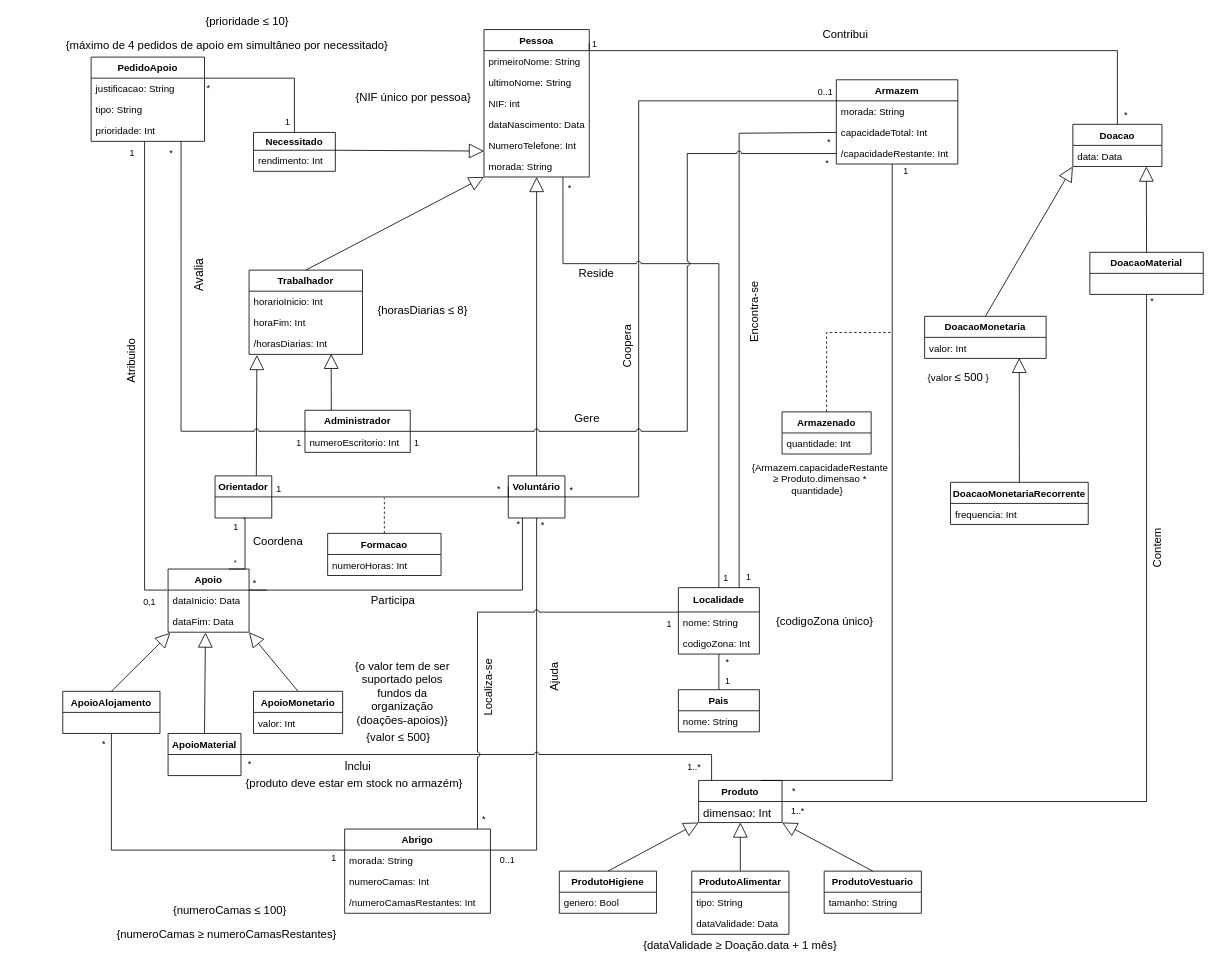
This is Delivery_I/diagram.drawio from francisco-rente/FEUP-BDAD, a draw.io file, before an edit. Source tidied: cells renumbered, new cells numbered last; positions are measured from the earlier drawing's top-left corner, leaving out a move shared by most shapes. Both pictures are drawn from the tidied source at 81%, with x=0, y=0 at pixel (56, 15).
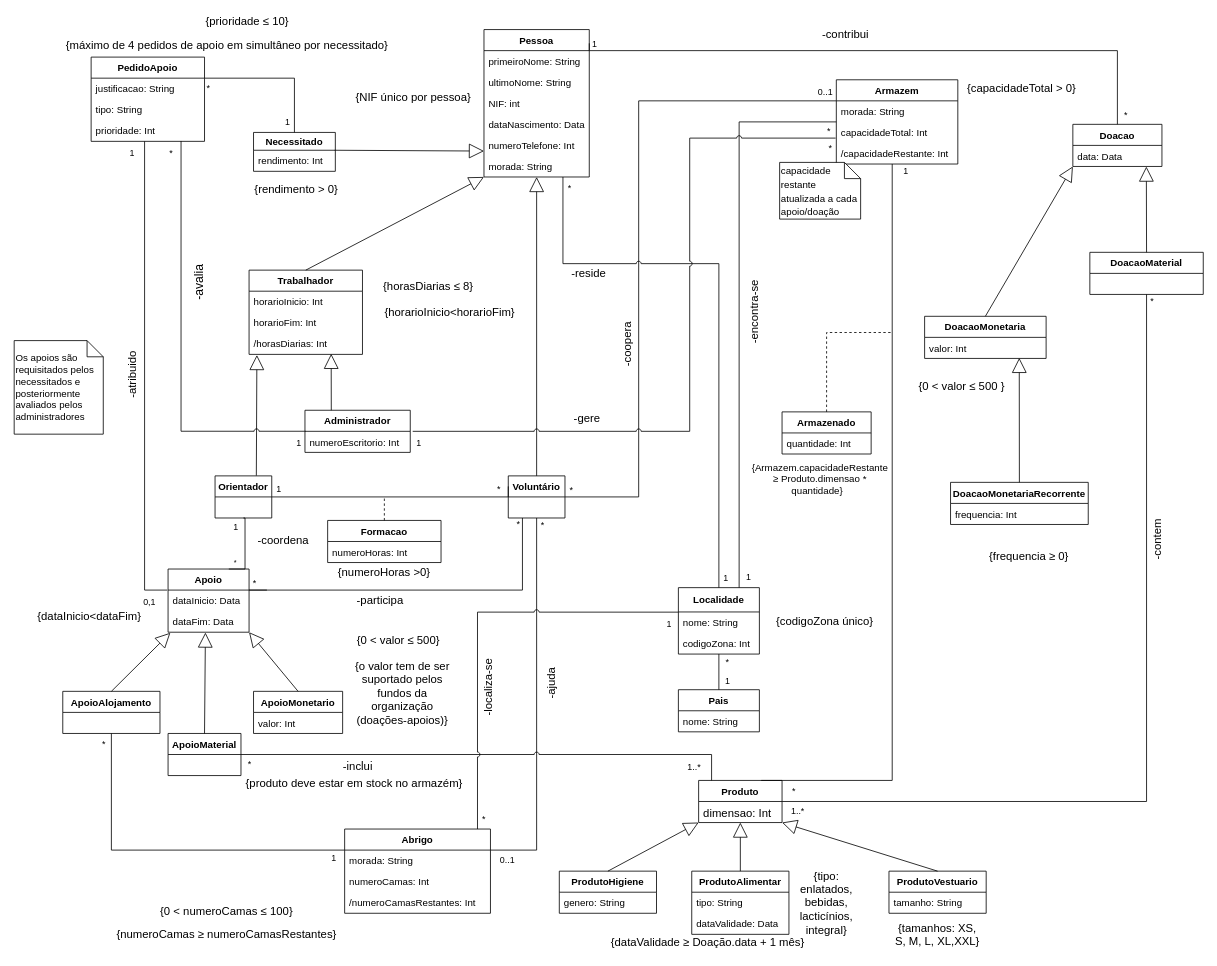
After the change.

The change refers to these unchanged cells:
```xml
<mxCell id="2" value="Pessoa" style="swimlane;fontStyle=1;horizontal=1;startSize=26;fillColor=none;" parent="1" vertex="1">
  <mxGeometry x="528" y="17" width="130" height="182" as="geometry" />
</mxCell>
<mxCell id="9" value="Trabalhador" style="swimlane;fontStyle=1;horizontal=1;startSize=26;fillColor=none;" parent="1" vertex="1">
  <mxGeometry x="238" y="314" width="140" height="104" as="geometry" />
</mxCell>
<mxCell id="15" value="Armazem" style="swimlane;fontStyle=1;horizontal=1;startSize=26;fillColor=none;" parent="1" vertex="1">
  <mxGeometry x="963" y="79" width="150" height="104" as="geometry" />
</mxCell>
<mxCell id="17" value="capacidadeTotal: Int " style="text;strokeColor=none;fillColor=none;align=left;verticalAlign=top;spacingLeft=4;spacingRight=4;overflow=hidden;points=[[0,0.5],[1,0.5]];portConstraint=eastwest;" parent="15" vertex="1">
  <mxGeometry y="52" width="150" height="26" as="geometry" />
</mxCell>
<mxCell id="18" value="/capacidadeRestante: Int" style="text;strokeColor=none;fillColor=none;align=left;verticalAlign=top;spacingLeft=4;spacingRight=4;overflow=hidden;points=[[0,0.5],[1,0.5]];portConstraint=eastwest;" parent="15" vertex="1">
  <mxGeometry y="78" width="150" height="26" as="geometry" />
</mxCell>
<mxCell id="36" value="ProdutoHigiene" style="swimlane;fontStyle=1;horizontal=1;startSize=26;fillColor=none;" parent="1" vertex="1">
  <mxGeometry x="621" y="1056" width="120" height="52" as="geometry" />
</mxCell>
<mxCell id="40" value="Administrador" style="swimlane;fontStyle=1;horizontal=1;startSize=26;fillColor=none;" parent="1" vertex="1">
  <mxGeometry x="307" y="487" width="130" height="52" as="geometry" />
</mxCell>
<mxCell id="51" value="Localidade" style="swimlane;fontStyle=1;horizontal=1;startSize=30;fillColor=none;" parent="1" vertex="1">
  <mxGeometry x="768" y="706" width="100" height="82" as="geometry" />
</mxCell>
```

Change to the diagram source:
```diff
@@
-    <mxCell id="7" value="NumeroTelefone: Int" style="text;strokeColor=none;fillColor=none;align=left;verticalAlign=top;spacingLeft=4;spacingRight=4;overflow=hidden;" parent="2" vertex="1">
+    <mxCell id="7" value="numeroTelefone: Int" style="text;strokeColor=none;fillColor=none;align=left;verticalAlign=top;spacingLeft=4;spacingRight=4;overflow=hidden;" parent="2" vertex="1">
       <mxGeometry y="130" width="130" height="26" as="geometry" />
     </mxCell>
@@
-    <mxCell id="11" value="horaFim: Int" style="text;strokeColor=none;fillColor=none;align=left;verticalAlign=top;spacingLeft=4;spacingRight=4;overflow=hidden;" parent="9" vertex="1">
+    <mxCell id="11" value="horarioFim: Int" style="text;strokeColor=none;fillColor=none;align=left;verticalAlign=top;spacingLeft=4;spacingRight=4;overflow=hidden;" parent="9" vertex="1">
       <mxGeometry y="52" width="140" height="26" as="geometry" />
     </mxCell>
@@
     <mxCell id="34" value="ProdutoVestuario" style="swimlane;fontStyle=1;horizontal=1;startSize=26;fillColor=none;" parent="1" vertex="1">
-      <mxGeometry x="948" y="1056" width="120" height="52" as="geometry" />
+      <mxGeometry x="1028" y="1056" width="120" height="52" as="geometry" />
     </mxCell>
@@
-    <mxCell id="37" value="genero: Bool" style="text;strokeColor=none;fillColor=none;align=left;verticalAlign=top;spacingLeft=4;spacingRight=4;overflow=hidden;" parent="36" vertex="1">
+    <mxCell id="37" value="genero: String" style="text;strokeColor=none;fillColor=none;align=left;verticalAlign=top;spacingLeft=4;spacingRight=4;overflow=hidden;" parent="36" vertex="1">
       <mxGeometry y="26" width="120" height="26" as="geometry" />
     </mxCell>
@@
     <mxCell id="98" value="&lt;font style=&quot;font-size: 14px&quot;&gt;{dataValidade ≥ Doação.data + 1 mês}&lt;/font&gt;" style="text;html=1;strokeColor=none;fillColor=none;align=center;verticalAlign=middle;whiteSpace=wrap;rounded=0;" parent="1" vertex="1">
-      <mxGeometry x="698" y="1137" width="293" height="20" as="geometry" />
+      <mxGeometry x="658" y="1134" width="293" height="20" as="geometry" />
     </mxCell>
     <mxCell id="99" value="&lt;font style=&quot;font-size: 14px&quot;&gt;{horasDiarias ≤ 8}&lt;/font&gt;" style="text;html=1;strokeColor=none;fillColor=none;align=center;verticalAlign=middle;whiteSpace=wrap;rounded=0;" parent="1" vertex="1">
-      <mxGeometry x="382.5" y="354" width="138.5" height="20" as="geometry" />
+      <mxGeometry x="389.5" y="324" width="138.5" height="20" as="geometry" />
     </mxCell>
@@
-    <mxCell id="101" value="&lt;font style=&quot;font-size: 14px&quot;&gt;{numeroCamas ≤ 100}&lt;/font&gt;" style="text;html=1;strokeColor=none;fillColor=none;align=center;verticalAlign=middle;whiteSpace=wrap;rounded=1;" parent="1" vertex="1">
-      <mxGeometry x="124" y="1096" width="181" height="18" as="geometry" />
+    <mxCell id="101" value="&lt;font style=&quot;font-size: 14px&quot;&gt;{0 &amp;lt; numeroCamas ≤ 100}&lt;/font&gt;" style="text;html=1;strokeColor=none;fillColor=none;align=center;verticalAlign=middle;whiteSpace=wrap;rounded=1;" parent="1" vertex="1">
+      <mxGeometry x="120" y="1097" width="181" height="18" as="geometry" />
     </mxCell>
-    <mxCell id="102" value="{valor &lt;font style=&quot;font-size: 14px&quot;&gt;&lt;span class=&quot;box&quot;&gt;≤ 500&lt;/span&gt;&lt;/font&gt; }" style="text;html=1;strokeColor=none;fillColor=none;align=center;verticalAlign=middle;whiteSpace=wrap;rounded=0;" parent="1" vertex="1">
-      <mxGeometry x="1054" y="436" width="120" height="20" as="geometry" />
+    <mxCell id="102" value="&lt;font style=&quot;font-size: 14px&quot;&gt;{0 &amp;lt; valor &lt;font style=&quot;font-size: 14px&quot;&gt;&lt;span class=&quot;box&quot;&gt;≤ 500&lt;/span&gt;&lt;/font&gt; }&lt;/font&gt;" style="text;html=1;strokeColor=none;fillColor=none;align=center;verticalAlign=middle;whiteSpace=wrap;rounded=0;" parent="1" vertex="1">
+      <mxGeometry x="1058" y="447" width="120" height="20" as="geometry" />
     </mxCell>
     <mxCell id="103" value="Formacao" style="swimlane;fontStyle=1;horizontal=1;startSize=26;fillColor=none;" parent="1" vertex="1">
-      <mxGeometry x="335" y="639" width="140" height="52" as="geometry" />
+      <mxGeometry x="335" y="623" width="140" height="52" as="geometry" />
     </mxCell>
@@
-    <mxCell id="130" style="endArrow=none;html=1;edgeStyle=orthogonalEdgeStyle;exitX=0;exitY=0.5;exitDx=0;exitDy=0;entryX=0.75;entryY=0;entryDx=0;entryDy=0;rounded=0;jumpStyle=arc;" parent="1" edge="1" source="17" target="51">
+    <mxCell id="130" style="endArrow=none;html=1;edgeStyle=orthogonalEdgeStyle;entryX=0.75;entryY=0;entryDx=0;entryDy=0;rounded=0;jumpStyle=arc;exitX=0;exitY=0.5;exitDx=0;exitDy=0;" parent="1" edge="1" source="15" target="51">
       <mxGeometry relative="1" as="geometry">
         <Array as="points">
-          <mxPoint x="858" y="145" />
-          <mxPoint x="774" y="145" />
+          <mxPoint x="843" y="131" />
         </Array>
       </mxGeometry>
     </mxCell>
@@
-    <mxCell id="136" style="endArrow=none;html=1;edgeStyle=orthogonalEdgeStyle;rounded=0;dashed=1;jumpStyle=arc;" parent="1" edge="1">
+    <mxCell id="136" style="endArrow=none;html=1;edgeStyle=orthogonalEdgeStyle;rounded=0;dashed=1;jumpStyle=arc;exitX=0.5;exitY=0;exitDx=0;exitDy=0;" parent="1" edge="1" source="103">
       <mxGeometry relative="1" as="geometry">
-        <mxPoint x="405" y="639" as="sourcePoint" />
         <mxPoint x="405" y="595" as="targetPoint" />
-        <Array as="points">
-          <mxPoint x="405" y="639" />
-        </Array>
       </mxGeometry>
     </mxCell>
@@
-    <mxCell id="140" style="endArrow=none;html=1;edgeStyle=orthogonalEdgeStyle;rounded=0;entryX=0;entryY=0.5;entryDx=0;entryDy=0;verticalAlign=middle;exitX=1;exitY=0.5;exitDx=0;exitDy=0;jumpStyle=arc;" parent="1" edge="1" source="40" target="18">
+    <mxCell id="140" style="endArrow=none;html=1;edgeStyle=orthogonalEdgeStyle;rounded=0;verticalAlign=middle;exitX=1;exitY=0.5;exitDx=0;exitDy=0;jumpStyle=arc;entryX=-0.006;entryY=0.769;entryDx=0;entryDy=0;entryPerimeter=0;" parent="1" edge="1" target="17">
       <mxGeometry relative="1" as="geometry">
+        <mxPoint x="440" y="513" as="sourcePoint" />
         <Array as="points">
-          <mxPoint x="779" y="513" />
-          <mxPoint x="779" y="170" />
+          <mxPoint x="782" y="513" />
+          <mxPoint x="782" y="151" />
         </Array>
       </mxGeometry>
     </mxCell>
@@
     <mxCell id="142" value="*" style="edgeLabel;html=1;align=right;verticalAlign=bottom;" parent="140" vertex="1">
       <mxGeometry x="1" relative="1" as="geometry">
-        <mxPoint x="-9.1" y="20" as="offset" />
+        <mxPoint x="-4.2" y="20" as="offset" />
       </mxGeometry>
     </mxCell>
-    <mxCell id="143" value="&lt;font style=&quot;font-size: 14px&quot;&gt;Gere&lt;/font&gt;" style="text;html=1;strokeColor=none;fillColor=none;align=center;verticalAlign=middle;whiteSpace=wrap;rounded=0;" parent="1" vertex="1">
+    <mxCell id="143" value="&lt;font style=&quot;font-size: 14px&quot;&gt;-gere&lt;/font&gt;" style="text;html=1;strokeColor=none;fillColor=none;align=center;verticalAlign=middle;whiteSpace=wrap;rounded=0;" parent="1" vertex="1">
       <mxGeometry x="621" y="487" width="69" height="20" as="geometry" />
     </mxCell>
-    <mxCell id="144" value="&lt;font style=&quot;font-size: 15px&quot;&gt;Avalia&lt;/font&gt;" style="text;html=1;strokeColor=none;fillColor=none;align=center;verticalAlign=middle;whiteSpace=wrap;rounded=0;rotation=-90;" parent="1" vertex="1">
-      <mxGeometry x="156" y="310" width="40" height="20" as="geometry" />
+    <mxCell id="144" value="&lt;font style=&quot;font-size: 15px&quot;&gt;-avalia&lt;/font&gt;" style="text;html=1;strokeColor=none;fillColor=none;align=center;verticalAlign=middle;whiteSpace=wrap;rounded=0;rotation=-90;" parent="1" vertex="1">
+      <mxGeometry x="147" y="319" width="58" height="20" as="geometry" />
     </mxCell>
-    <mxCell id="145" value="Atribuido" style="text;html=1;strokeColor=none;fillColor=none;align=center;verticalAlign=middle;whiteSpace=wrap;rounded=0;rotation=-90;fontSize=14;" parent="1" vertex="1">
-      <mxGeometry x="73" y="416" width="40" height="20" as="geometry" />
+    <mxCell id="145" value="-atribuido" style="text;html=1;strokeColor=none;fillColor=none;align=center;verticalAlign=middle;whiteSpace=wrap;rounded=0;rotation=-90;fontSize=14;" parent="1" vertex="1">
+      <mxGeometry x="55.5" y="433.5" width="75" height="20" as="geometry" />
     </mxCell>
-    <mxCell id="146" value="&lt;font style=&quot;font-size: 14px&quot;&gt;Participa&lt;/font&gt;" style="text;html=1;strokeColor=none;fillColor=none;align=center;verticalAlign=middle;whiteSpace=wrap;rounded=0;fontSize=14;" parent="1" vertex="1">
-      <mxGeometry x="396" y="712" width="40" height="20" as="geometry" />
+    <mxCell id="146" value="&lt;font style=&quot;font-size: 14px&quot;&gt;-participa&lt;/font&gt;" style="text;html=1;strokeColor=none;fillColor=none;align=center;verticalAlign=middle;whiteSpace=wrap;rounded=0;fontSize=14;" parent="1" vertex="1">
+      <mxGeometry x="356" y="712" width="88" height="20" as="geometry" />
     </mxCell>
-    <mxCell id="147" value="Coordena" style="text;html=1;strokeColor=none;fillColor=none;align=center;verticalAlign=middle;whiteSpace=wrap;rounded=0;fontSize=14;" parent="1" vertex="1">
-      <mxGeometry x="254" y="639" width="40" height="20" as="geometry" />
+    <mxCell id="147" value="-coordena" style="text;html=1;strokeColor=none;fillColor=none;align=center;verticalAlign=middle;whiteSpace=wrap;rounded=0;fontSize=14;" parent="1" vertex="1">
+      <mxGeometry x="243" y="637" width="75" height="20" as="geometry" />
     </mxCell>
-    <mxCell id="148" value="Ajuda" style="text;html=1;strokeColor=none;fillColor=none;align=center;verticalAlign=middle;whiteSpace=wrap;rounded=0;fontSize=14;rotation=-90;" parent="1" vertex="1">
-      <mxGeometry x="595" y="806" width="40" height="20" as="geometry" />
+    <mxCell id="148" value="-ajuda" style="text;html=1;strokeColor=none;fillColor=none;align=center;verticalAlign=middle;whiteSpace=wrap;rounded=0;fontSize=14;rotation=-90;" parent="1" vertex="1">
+      <mxGeometry x="573" y="814" width="77" height="20" as="geometry" />
     </mxCell>
-    <mxCell id="149" value="Contribui" style="text;html=1;strokeColor=none;fillColor=none;align=center;verticalAlign=middle;whiteSpace=wrap;rounded=0;fontSize=14;" parent="1" vertex="1">
+    <mxCell id="149" value="-contribui" style="text;html=1;strokeColor=none;fillColor=none;align=center;verticalAlign=middle;whiteSpace=wrap;rounded=0;fontSize=14;" parent="1" vertex="1">
       <mxGeometry x="937" y="13" width="75" height="20" as="geometry" />
     </mxCell>
-    <mxCell id="150" value="Reside" style="text;html=1;strokeColor=none;fillColor=none;align=center;verticalAlign=middle;whiteSpace=wrap;rounded=0;fontSize=14;" parent="1" vertex="1">
-      <mxGeometry x="647" y="308" width="40" height="20" as="geometry" />
+    <mxCell id="150" value="-reside" style="text;html=1;strokeColor=none;fillColor=none;align=center;verticalAlign=middle;whiteSpace=wrap;rounded=0;fontSize=14;" parent="1" vertex="1">
+      <mxGeometry x="628" y="308" width="59" height="20" as="geometry" />
     </mxCell>
-    <mxCell id="151" value="Localiza-se" style="text;html=1;strokeColor=none;fillColor=none;align=center;verticalAlign=middle;whiteSpace=wrap;rounded=0;fontSize=14;rotation=-90;" parent="1" vertex="1">
+    <mxCell id="151" value="-localiza-se" style="text;html=1;strokeColor=none;fillColor=none;align=center;verticalAlign=middle;whiteSpace=wrap;rounded=0;fontSize=14;rotation=-90;" parent="1" vertex="1">
       <mxGeometry x="494" y="819" width="79" height="20" as="geometry" />
     </mxCell>
-    <mxCell id="152" value="Encontra-se" style="text;html=1;strokeColor=none;fillColor=none;align=center;verticalAlign=middle;whiteSpace=wrap;rounded=0;fontSize=14;rotation=-90;" parent="1" vertex="1">
+    <mxCell id="152" value="-encontra-se" style="text;html=1;strokeColor=none;fillColor=none;align=center;verticalAlign=middle;whiteSpace=wrap;rounded=0;fontSize=14;rotation=-90;" parent="1" vertex="1">
       <mxGeometry x="819" y="355.5" width="85" height="20" as="geometry" />
     </mxCell>
-    <mxCell id="153" value="Inclui" style="text;html=1;strokeColor=none;fillColor=none;align=center;verticalAlign=middle;whiteSpace=wrap;rounded=0;fontSize=14;" parent="1" vertex="1">
+    <mxCell id="153" value="-inclui" style="text;html=1;strokeColor=none;fillColor=none;align=center;verticalAlign=middle;whiteSpace=wrap;rounded=0;fontSize=14;" parent="1" vertex="1">
       <mxGeometry x="349.5" y="916" width="45" height="20" as="geometry" />
     </mxCell>
-    <mxCell id="154" value="Contem" style="text;html=1;strokeColor=none;fillColor=none;align=center;verticalAlign=middle;whiteSpace=wrap;rounded=0;fontSize=14;rotation=-90;" parent="1" vertex="1">
-      <mxGeometry x="1339" y="647" width="40" height="20" as="geometry" />
+    <mxCell id="154" value="-contem" style="text;html=1;strokeColor=none;fillColor=none;align=center;verticalAlign=middle;whiteSpace=wrap;rounded=0;fontSize=14;rotation=-90;" parent="1" vertex="1">
+      <mxGeometry x="1328.5" y="637" width="61" height="20" as="geometry" />
     </mxCell>
-    <mxCell id="155" value="Coopera" style="text;html=1;strokeColor=none;fillColor=none;align=center;verticalAlign=middle;whiteSpace=wrap;rounded=0;rotation=-90;fontSize=14;" parent="1" vertex="1">
-      <mxGeometry x="685" y="398" width="40" height="20" as="geometry" />
+    <mxCell id="155" value="-coopera" style="text;html=1;strokeColor=none;fillColor=none;align=center;verticalAlign=middle;whiteSpace=wrap;rounded=0;rotation=-90;fontSize=14;" parent="1" vertex="1">
+      <mxGeometry x="673.5" y="396" width="63" height="20" as="geometry" />
     </mxCell>
-    <mxCell id="156" value="{valor &lt;font style=&quot;font-size: 14px&quot;&gt;&lt;span class=&quot;box&quot;&gt;≤ 500}&lt;/span&gt;&lt;/font&gt;" style="text;html=1;strokeColor=none;fillColor=none;align=center;verticalAlign=middle;whiteSpace=wrap;rounded=0;fontSize=14;" parent="1" vertex="1">
-      <mxGeometry x="329" y="881" width="187" height="20" as="geometry" />
+    <mxCell id="156" value="{0 &amp;lt; valor &lt;font style=&quot;font-size: 14px&quot;&gt;&lt;span class=&quot;box&quot;&gt;≤ 500}&lt;/span&gt;&lt;/font&gt;" style="text;html=1;strokeColor=none;fillColor=none;align=center;verticalAlign=middle;whiteSpace=wrap;rounded=0;fontSize=14;" parent="1" vertex="1">
+      <mxGeometry x="329" y="761" width="187" height="20" as="geometry" />
     </mxCell>
@@
+    <mxCell id="161" value="&lt;font style=&quot;font-size: 14px&quot;&gt;{horarioInicio&amp;lt;horarioFim}&lt;/font&gt;" style="text;html=1;strokeColor=none;fillColor=none;align=center;verticalAlign=middle;whiteSpace=wrap;rounded=0;" parent="1" vertex="1">
+      <mxGeometry x="412.5" y="355.5" width="145.5" height="20" as="geometry" />
+    </mxCell>
+    <mxCell id="162" value="&lt;font style=&quot;font-size: 14px&quot;&gt;{dataInicio&amp;lt;&lt;/font&gt;&lt;font style=&quot;font-size: 14px&quot;&gt;&lt;font style=&quot;font-size: 14px&quot;&gt;data&lt;/font&gt;Fim}&lt;/font&gt;" style="text;html=1;strokeColor=none;fillColor=none;align=center;verticalAlign=middle;whiteSpace=wrap;rounded=0;" parent="1" vertex="1">
+      <mxGeometry x="-32.5" y="732" width="145.5" height="20" as="geometry" />
+    </mxCell>
+    <mxCell id="163" value="&lt;font style=&quot;font-size: 14px&quot;&gt;{frequencia&lt;font style=&quot;font-size: 14px&quot;&gt;&lt;font style=&quot;font-size: 14px&quot;&gt; ≥ &lt;/font&gt;&lt;/font&gt;0}&lt;/font&gt;" style="text;html=1;strokeColor=none;fillColor=none;align=center;verticalAlign=middle;whiteSpace=wrap;rounded=0;" parent="1" vertex="1">
+      <mxGeometry x="1148" y="657" width="106" height="20" as="geometry" />
+    </mxCell>
+    <mxCell id="164" value="{numeroHoras &amp;gt;0}" style="text;html=1;strokeColor=none;fillColor=none;align=center;verticalAlign=middle;whiteSpace=wrap;rounded=0;fontSize=14;" parent="1" vertex="1">
+      <mxGeometry x="340" y="677" width="130" height="20" as="geometry" />
+    </mxCell>
+    <mxCell id="165" value="&lt;font style=&quot;font-size: 14px&quot;&gt;{rendimento &amp;gt; 0}&lt;/font&gt;" style="text;whiteSpace=wrap;html=1;fontSize=14;" parent="1" vertex="1">
+      <mxGeometry x="243" y="199" width="130" height="30" as="geometry" />
+    </mxCell>
+    <mxCell id="166" value="{tamanhos: XS, S, M, L, XL,XXL}" style="text;html=1;strokeColor=none;fillColor=none;align=center;verticalAlign=middle;whiteSpace=wrap;rounded=0;fontSize=14;" parent="1" vertex="1">
+      <mxGeometry x="1033" y="1124" width="110" height="20" as="geometry" />
+    </mxCell>
+    <mxCell id="167" value="{tipo: enlatados, bebidas, lacticínios, integral} " style="text;html=1;strokeColor=none;fillColor=none;align=center;verticalAlign=middle;whiteSpace=wrap;rounded=0;fontSize=14;" parent="1" vertex="1">
+      <mxGeometry x="931" y="1085" width="40" height="20" as="geometry" />
+    </mxCell>
+    <mxCell id="168" value="{capacidadeTotal &amp;gt; 0}" style="text;html=1;strokeColor=none;fillColor=none;align=center;verticalAlign=middle;whiteSpace=wrap;rounded=0;fontSize=14;" parent="1" vertex="1">
+      <mxGeometry x="1117" y="79" width="150" height="20" as="geometry" />
+    </mxCell>
+    <mxCell id="169" value="&lt;font style=&quot;font-size: 12px&quot;&gt;capacidade restante atualizada a cada apoio/doação &lt;/font&gt;" style="shape=note;size=20;whiteSpace=wrap;html=1;fontSize=14;align=left;" parent="1" vertex="1">
+      <mxGeometry x="893" y="181" width="100" height="70" as="geometry" />
+    </mxCell>
+    <mxCell id="170" value="&lt;div&gt;Os apoios são requisitados pelos necessitados e&lt;/div&gt;&lt;div&gt;posteriormente&amp;nbsp; avaliados pelos administradores&lt;/div&gt;" style="shape=note;size=20;whiteSpace=wrap;html=1;fontSize=12;align=left;" parent="1" vertex="1">
+      <mxGeometry x="-52" y="401" width="110" height="115.5" as="geometry" />
+    </mxCell>
```
